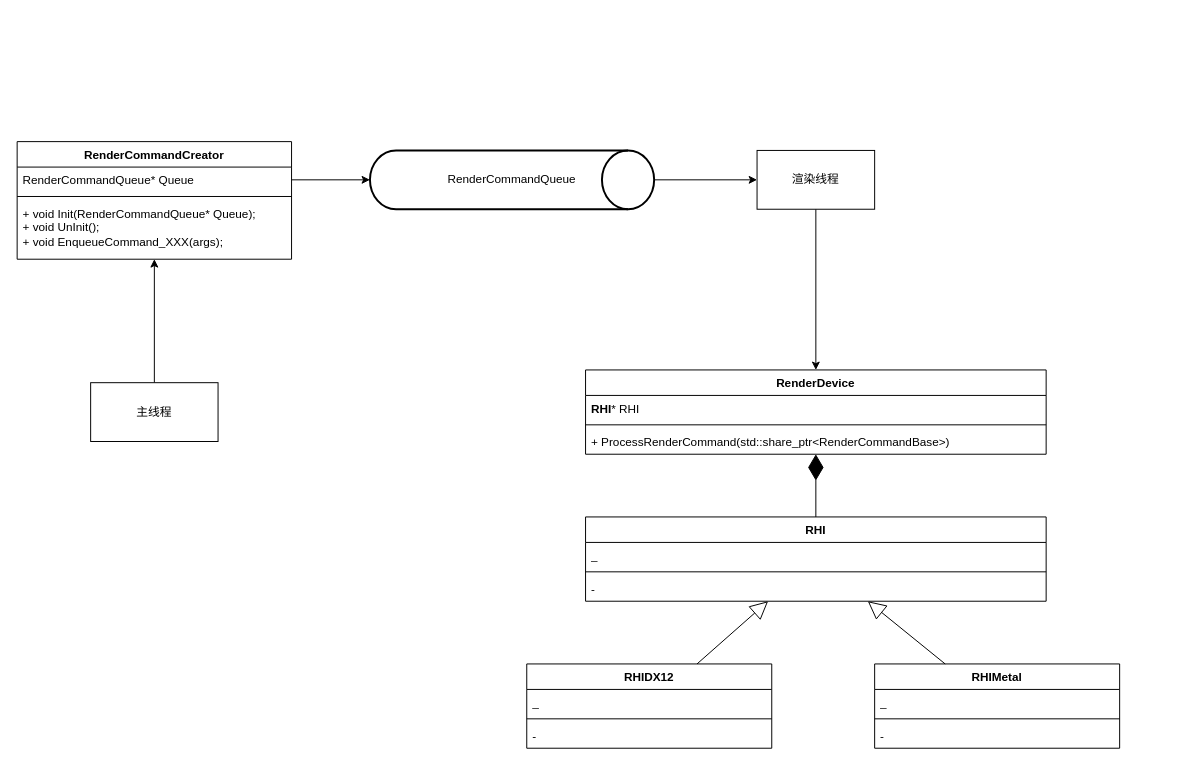
Earlier version of the draw.io diagram page "主线程与渲染线程" (4 of 4) of Document/mikasa engine architecture.drawio (xiaoshichang/mikasa). Source tidied: cells renumbered, new cells numbered last; positions are measured from the earlier drawing's top-left corner, leaving out a move shared by most shapes. Both pictures are drawn from the tidied source at 98%, with x=0, y=0 at pixel (17, 141).
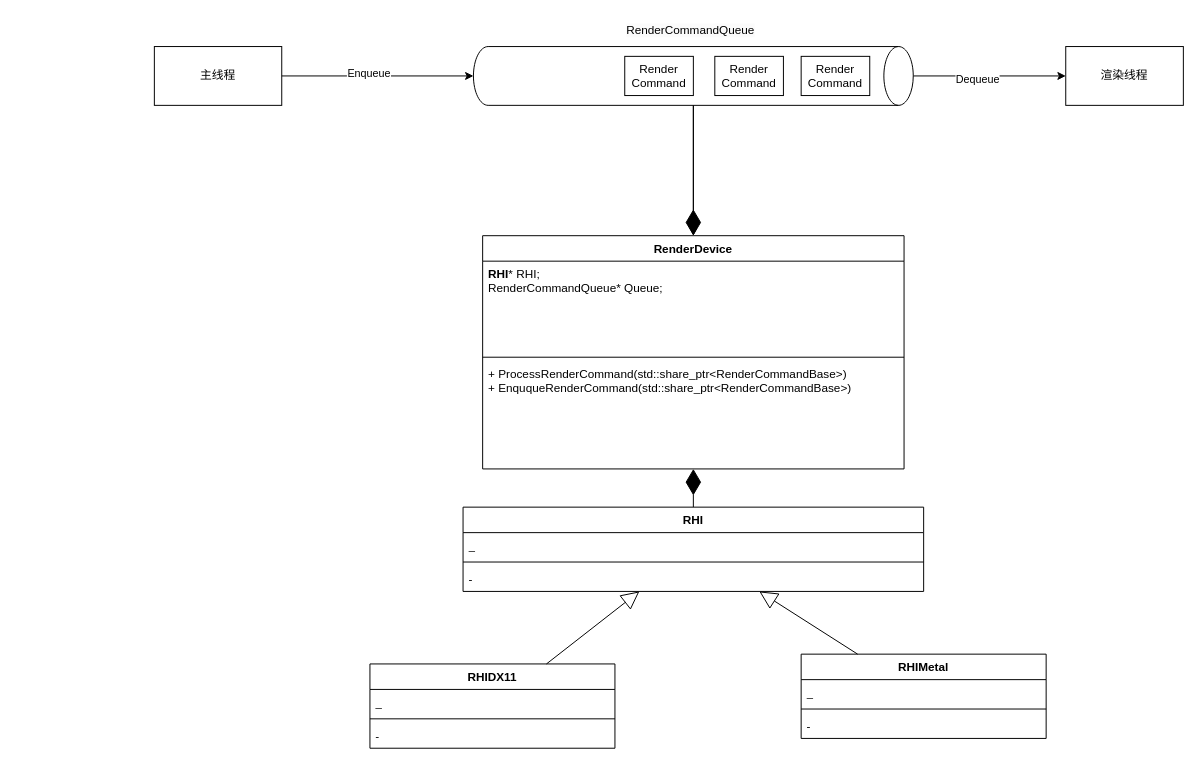
After the change.

Diff of the diagram source:
```diff
@@
-    <mxCell id="2" style="edgeStyle=orthogonalEdgeStyle;rounded=0;jettySize=auto;html=1;" parent="1" edge="1" source="3" target="12">
-      <mxGeometry relative="1" as="geometry" />
-    </mxCell>
     <mxCell id="3" value="主线程" style="rounded=0;whiteSpace=wrap;html=1;" parent="1" vertex="1">
-      <mxGeometry x="75" y="246" width="130" height="60" as="geometry" />
+      <mxGeometry x="140" y="-97" width="130" height="60" as="geometry" />
     </mxCell>
-    <mxCell id="4" style="edgeStyle=orthogonalEdgeStyle;rounded=0;jettySize=auto;html=1;entryX=0;entryY=0.5;entryDx=0;entryDy=0;" parent="1" edge="1" source="5" target="7">
-      <mxGeometry relative="1" as="geometry" />
-    </mxCell>
-    <mxCell id="5" value="RenderCommandQueue" style="strokeWidth=2;html=1;shape=mxgraph.flowchart.direct_data;whiteSpace=wrap;" parent="1" vertex="1">
-      <mxGeometry x="360" y="9" width="290" height="60" as="geometry" />
-    </mxCell>
-    <mxCell id="6" style="edgeStyle=orthogonalEdgeStyle;rounded=0;jettySize=auto;html=1;entryX=0.5;entryY=0;entryDx=0;entryDy=0;" parent="1" edge="1" source="7" target="8">
-      <mxGeometry relative="1" as="geometry" />
-    </mxCell>
     <mxCell id="7" value="渲染线程" style="rounded=0;whiteSpace=wrap;html=1;" parent="1" vertex="1">
-      <mxGeometry x="755" y="9" width="120" height="60" as="geometry" />
+      <mxGeometry x="1070" y="-97" width="120" height="60" as="geometry" />
     </mxCell>
     <mxCell id="8" value="RenderDevice" style="swimlane;fontStyle=1;align=center;verticalAlign=top;horizontal=1;startSize=26;whiteSpace=wrap;html=1;" parent="1" vertex="1">
-      <mxGeometry x="580" y="233" width="470" height="86" as="geometry" />
+      <mxGeometry x="475" y="96" width="430" height="238" as="geometry" />
     </mxCell>
-    <mxCell id="9" value="&lt;span style=&quot;font-weight: 700; text-align: center;&quot;&gt;RHI&lt;/span&gt;* RHI" style="text;strokeColor=none;fillColor=none;align=left;verticalAlign=top;spacingLeft=4;spacingRight=4;overflow=hidden;whiteSpace=wrap;html=1;" parent="8" vertex="1">
-      <mxGeometry y="26" width="470" height="26" as="geometry" />
+    <mxCell id="9" value="&lt;span style=&quot;font-weight: 700; text-align: center;&quot;&gt;RHI&lt;/span&gt;* RHI;&lt;div&gt;RenderCommandQueue* Queue;&lt;/div&gt;" style="text;strokeColor=none;fillColor=none;align=left;verticalAlign=top;spacingLeft=4;spacingRight=4;overflow=hidden;whiteSpace=wrap;html=1;" parent="8" vertex="1">
+      <mxGeometry y="26" width="430" height="94" as="geometry" />
     </mxCell>
     <mxCell id="10" style="line;strokeWidth=1;fillColor=none;align=left;verticalAlign=middle;spacingTop=-1;spacingLeft=3;spacingRight=3;labelPosition=right;strokeColor=inherit;" parent="8" vertex="1">
-      <mxGeometry y="52" width="470" height="8" as="geometry" />
+      <mxGeometry y="120" width="430" height="8" as="geometry" />
     </mxCell>
-    <mxCell id="11" value="+ ProcessRenderCommand(std::share_ptr&amp;lt;RenderCommandBase&amp;gt;)" style="text;strokeColor=none;fillColor=none;align=left;verticalAlign=top;spacingLeft=4;spacingRight=4;overflow=hidden;whiteSpace=wrap;html=1;" parent="8" vertex="1">
-      <mxGeometry y="60" width="470" height="26" as="geometry" />
+    <mxCell id="11" value="+ ProcessRenderCommand(std::share_ptr&amp;lt;RenderCommandBase&amp;gt;)&lt;div&gt;+ EnququeRenderCommand(&lt;span style=&quot;background-color: initial;&quot;&gt;std::share_ptr&amp;lt;RenderCommandBase&amp;gt;&lt;/span&gt;&lt;span style=&quot;background-color: initial;&quot;&gt;)&lt;/span&gt;&lt;/div&gt;" style="text;strokeColor=none;fillColor=none;align=left;verticalAlign=top;spacingLeft=4;spacingRight=4;overflow=hidden;whiteSpace=wrap;html=1;" parent="8" vertex="1">
+      <mxGeometry y="128" width="430" height="110" as="geometry" />
     </mxCell>
-    <mxCell id="12" value="RenderCommandCreator" style="swimlane;fontStyle=1;align=center;verticalAlign=top;horizontal=1;startSize=26;whiteSpace=wrap;html=1;" parent="1" vertex="1">
-      <mxGeometry width="280" height="120" as="geometry" />
-    </mxCell>
-    <mxCell id="13" value="RenderCommandQueue* Queue" style="text;strokeColor=none;fillColor=none;align=left;verticalAlign=top;spacingLeft=4;spacingRight=4;overflow=hidden;points=[[0,0.5],[1,0.5]];portConstraint=eastwest;whiteSpace=wrap;html=1;" parent="12" vertex="1">
-      <mxGeometry y="26" width="280" height="26" as="geometry" />
-    </mxCell>
-    <mxCell id="14" style="line;strokeWidth=1;fillColor=none;align=left;verticalAlign=middle;spacingTop=-1;spacingLeft=3;spacingRight=3;labelPosition=right;strokeColor=inherit;" parent="12" vertex="1">
-      <mxGeometry y="52" width="280" height="8" as="geometry" />
-    </mxCell>
-    <mxCell id="15" value="+ void Init(RenderCommandQueue* Queue);&lt;div&gt;+ void UnInit();&lt;br&gt;+ void EnqueueCommand_XXX(args);&lt;/div&gt;" style="text;strokeColor=none;fillColor=none;align=left;verticalAlign=top;spacingLeft=4;spacingRight=4;overflow=hidden;whiteSpace=wrap;html=1;" parent="12" vertex="1">
-      <mxGeometry y="60" width="280" height="60" as="geometry" />
-    </mxCell>
-    <mxCell id="16" style="edgeStyle=orthogonalEdgeStyle;rounded=0;jettySize=auto;html=1;entryX=0;entryY=0.5;entryDx=0;entryDy=0;entryPerimeter=0;" parent="1" edge="1" source="13" target="5">
-      <mxGeometry relative="1" as="geometry" />
-    </mxCell>
@@
     <mxCell id="18" value="RHI" style="swimlane;fontStyle=1;align=center;verticalAlign=top;horizontal=1;startSize=26;whiteSpace=wrap;html=1;" parent="1" vertex="1">
-      <mxGeometry x="580" y="383" width="470" height="86" as="geometry" />
+      <mxGeometry x="455" y="373" width="470" height="86" as="geometry" />
     </mxCell>
@@
-    <mxCell id="22" value="RHIDX12" style="swimlane;fontStyle=1;align=center;verticalAlign=top;horizontal=1;startSize=26;whiteSpace=wrap;html=1;" parent="1" vertex="1">
-      <mxGeometry x="520" y="533" width="250" height="86" as="geometry" />
+    <mxCell id="22" value="RHIDX11" style="swimlane;fontStyle=1;align=center;verticalAlign=top;horizontal=1;startSize=26;whiteSpace=wrap;html=1;" parent="1" vertex="1">
+      <mxGeometry x="360" y="533" width="250" height="86" as="geometry" />
     </mxCell>
@@
     <mxCell id="26" value="RHIMetal" style="swimlane;fontStyle=1;align=center;verticalAlign=top;horizontal=1;startSize=26;whiteSpace=wrap;html=1;" parent="1" vertex="1">
-      <mxGeometry x="875" y="533" width="250" height="86" as="geometry" />
+      <mxGeometry x="800" y="523" width="250" height="86" as="geometry" />
     </mxCell>
@@
+    <mxCell id="32" style="edgeStyle=orthogonalEdgeStyle;rounded=0;jettySize=auto;html=1;" parent="1" edge="1" source="35" target="7">
+      <mxGeometry relative="1" as="geometry" />
+    </mxCell>
+    <mxCell id="33" value="Dequeue" style="edgeLabel;html=1;align=center;verticalAlign=middle;" parent="32" vertex="1">
+      <mxGeometry x="-0.16" y="-3" relative="1" as="geometry" />
+    </mxCell>
+    <mxCell id="34" style="edgeStyle=orthogonalEdgeStyle;rounded=0;jettySize=auto;html=1;" parent="1" edge="1" source="35" target="8">
+      <mxGeometry relative="1" as="geometry" />
+    </mxCell>
+    <mxCell id="35" style="shape=cylinder3;whiteSpace=wrap;html=1;boundedLbl=1;backgroundOutline=1;size=15;rotation=90;horizontal=0;" parent="1" vertex="1">
+      <mxGeometry x="660" y="-291.4" width="60" height="448.8" as="geometry" />
+    </mxCell>
+    <mxCell id="36" style="edgeStyle=orthogonalEdgeStyle;rounded=0;jettySize=auto;html=1;entryX=0.5;entryY=1;entryDx=0;entryDy=0;entryPerimeter=0;" parent="1" edge="1" source="3" target="35">
+      <mxGeometry relative="1" as="geometry" />
+    </mxCell>
+    <mxCell id="37" value="Enqueue" style="edgeLabel;html=1;align=center;verticalAlign=middle;" parent="36" vertex="1">
+      <mxGeometry x="-0.1" y="3" relative="1" as="geometry" />
+    </mxCell>
+    <mxCell id="38" value="Render&lt;div&gt;Command&lt;/div&gt;" style="rounded=0;whiteSpace=wrap;html=1;" parent="1" vertex="1">
+      <mxGeometry x="800" y="-87" width="70" height="40" as="geometry" />
+    </mxCell>
+    <mxCell id="39" value="Render&lt;div&gt;Command&lt;/div&gt;" style="rounded=0;whiteSpace=wrap;html=1;" parent="1" vertex="1">
+      <mxGeometry x="711.9" y="-87" width="70" height="40" as="geometry" />
+    </mxCell>
+    <mxCell id="40" value="Render&lt;div&gt;Command&lt;/div&gt;" style="rounded=0;whiteSpace=wrap;html=1;" parent="1" vertex="1">
+      <mxGeometry x="620" y="-87" width="70" height="40" as="geometry" />
+    </mxCell>
+    <mxCell id="41" style="endArrow=diamondThin;endFill=1;endSize=24;html=1;rounded=0;exitX=1;exitY=0.5;exitDx=0;exitDy=0;exitPerimeter=0;" parent="1" edge="1" source="35" target="8">
+      <mxGeometry relative="1" as="geometry" />
+    </mxCell>
+    <mxCell id="5" value="&lt;span style=&quot;color: rgb(0, 0, 0); font-family: Helvetica; font-size: 12px; font-style: normal; font-variant-ligatures: normal; font-variant-caps: normal; font-weight: 400; letter-spacing: normal; orphans: 2; text-align: left; text-indent: 0px; text-transform: none; widows: 2; word-spacing: 0px; -webkit-text-stroke-width: 0px; white-space: normal; background-color: rgb(251, 251, 251); text-decoration-thickness: initial; text-decoration-style: initial; text-decoration-color: initial; display: inline !important; float: none;&quot;&gt;RenderCommandQueue&lt;/span&gt;" style="text;whiteSpace=wrap;html=1;" parent="1" vertex="1">
+      <mxGeometry x="620" y="-127" width="160" height="40" as="geometry" />
+    </mxCell>
```
